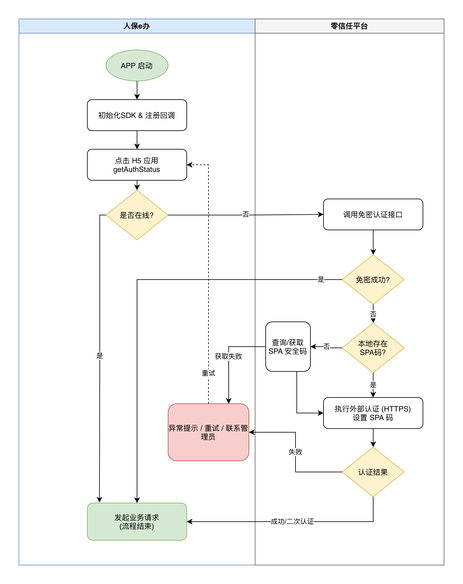
Above: 零信任-4A权限对接结构图.png in skillre/diagrams_P (draw.io), before the change. Source tidied: cells renumbered, new cells last; positions are measured from the earlier drawing's top-left corner, leaving out a move shared by most shapes.
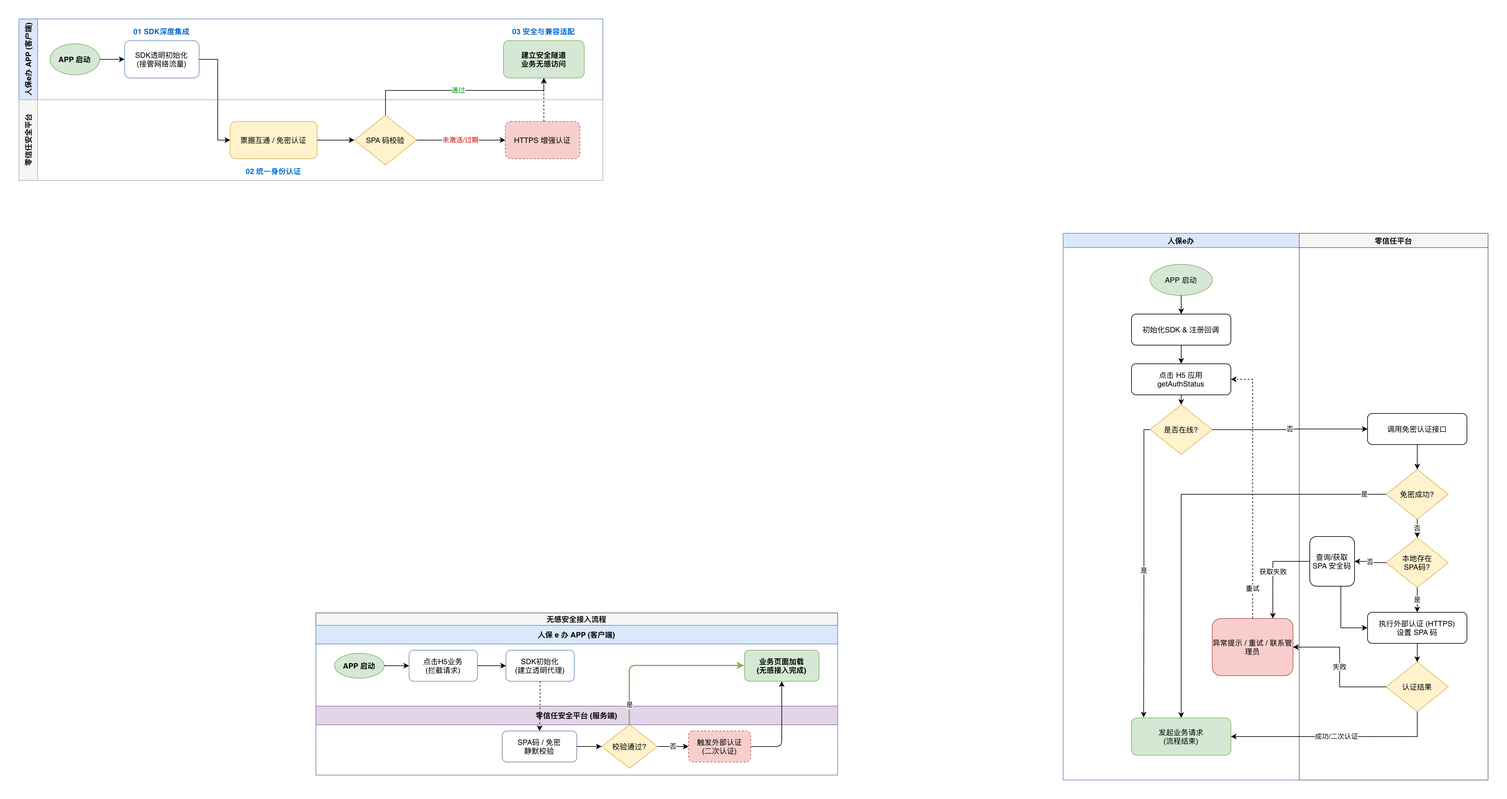
The same diagram one commit later.

Commit message:
更新零信任-4A权限对接结构图.png

The edit, as a diff of the source:
```diff
@@ -108,5 +108,132 @@
         </Array>
       </mxGeometry>
     </mxCell>
+    <mxCell id="32" style="group;" parent="1" vertex="1">
+      <mxGeometry x="-1681" y="-345" width="880" height="260" as="geometry" />
+    </mxCell>
+    <mxCell id="33" value="人保e办 APP (客户端)" style="swimlane;horizontal=0;whiteSpace=wrap;html=1;startSize=30;fillColor=#dae8fc;strokeColor=#6c8ebf;fontStyle=1;rounded=0;" parent="32" vertex="1">
+      <mxGeometry width="940" height="130" as="geometry" />
+    </mxCell>
+    <mxCell id="34" value="APP 启动" style="ellipse;whiteSpace=wrap;html=1;fillColor=#d5e8d4;strokeColor=#82b366;fontStyle=1;" parent="33" vertex="1">
+      <mxGeometry x="50" y="40" width="80" height="50" as="geometry" />
+    </mxCell>
+    <mxCell id="35" value="SDK透明初始化&#10;(接管网络流量)" style="rounded=1;whiteSpace=wrap;html=1;fillColor=#ffffff;strokeColor=#6c8ebf;" parent="33" vertex="1">
+      <mxGeometry x="170" y="35" width="120" height="60" as="geometry" />
+    </mxCell>
+    <mxCell id="36" value="建立安全隧道&#10;业务无感访问" style="rounded=1;whiteSpace=wrap;html=1;fillColor=#d5e8d4;strokeColor=#82b366;fontStyle=1;" parent="33" vertex="1">
+      <mxGeometry x="780" y="35" width="130" height="60" as="geometry" />
+    </mxCell>
+    <mxCell id="37" style="edgeStyle=orthogonalEdgeStyle;rounded=0;html=1;" parent="33" edge="1" source="34" target="35">
+      <mxGeometry relative="1" as="geometry" />
+    </mxCell>
+    <mxCell id="38" value="零信任安全平台" style="swimlane;horizontal=0;whiteSpace=wrap;html=1;startSize=30;fillColor=#f5f5f5;strokeColor=#b3b3b3;fontStyle=1;rounded=0;" parent="32" vertex="1">
+      <mxGeometry y="130" width="940" height="130" as="geometry" />
+    </mxCell>
+    <mxCell id="39" value="票据互通 / 免密认证" style="rounded=1;whiteSpace=wrap;html=1;fillColor=#fff2cc;strokeColor=#d6b656;" parent="38" vertex="1">
+      <mxGeometry x="340" y="35" width="140" height="60" as="geometry" />
+    </mxCell>
+    <mxCell id="40" value="SPA 码校验" style="rhombus;whiteSpace=wrap;html=1;fillColor=#fff2cc;strokeColor=#d6b656;" parent="38" vertex="1">
+      <mxGeometry x="540" y="25" width="100" height="80" as="geometry" />
+    </mxCell>
+    <mxCell id="41" value="HTTPS 增强认证" style="rounded=1;whiteSpace=wrap;html=1;fillColor=#f8cecc;strokeColor=#b85450;dashed=1;" parent="38" vertex="1">
+      <mxGeometry x="783" y="35" width="120" height="60" as="geometry" />
+    </mxCell>
+    <mxCell id="42" style="edgeStyle=orthogonalEdgeStyle;rounded=0;html=1;" parent="38" edge="1" source="39" target="40">
+      <mxGeometry relative="1" as="geometry" />
+    </mxCell>
+    <mxCell id="43" value="未激活/过期" style="edgeStyle=orthogonalEdgeStyle;rounded=0;html=1;fontColor=#CC0000;" parent="38" edge="1" source="40" target="41">
+      <mxGeometry relative="1" as="geometry" />
+    </mxCell>
+    <mxCell id="44" style="edgeStyle=orthogonalEdgeStyle;rounded=0;html=1;entryX=0;entryY=0.5;" parent="32" edge="1" source="35" target="39">
+      <mxGeometry relative="1" as="geometry">
+        <Array as="points">
+          <mxPoint x="320" y="65" />
+          <mxPoint x="320" y="195" />
+        </Array>
+      </mxGeometry>
+    </mxCell>
+    <mxCell id="45" value="通过" style="edgeStyle=orthogonalEdgeStyle;rounded=0;html=1;entryX=0.5;entryY=1;fontColor=#009900;" parent="32" edge="1" source="40" target="36">
+      <mxGeometry relative="1" as="geometry">
+        <Array as="points">
+          <mxPoint x="590" y="115" />
+          <mxPoint x="845" y="115" />
+        </Array>
+      </mxGeometry>
+    </mxCell>
+    <mxCell id="46" style="edgeStyle=orthogonalEdgeStyle;rounded=0;html=1;entryX=0.5;entryY=1;dashed=1;" parent="32" edge="1" source="41" target="36">
+      <mxGeometry relative="1" as="geometry">
+        <Array as="points">
+          <mxPoint x="845" y="165" />
+        </Array>
+      </mxGeometry>
+    </mxCell>
+    <mxCell id="47" value="01 SDK深度集成" style="text;html=1;strokeColor=none;fillColor=none;align=center;verticalAlign=middle;whiteSpace=wrap;rounded=0;fontColor=#0066CC;fontStyle=1;" parent="32" vertex="1">
+      <mxGeometry x="170" y="10" width="120" height="20" as="geometry" />
+    </mxCell>
+    <mxCell id="48" value="02 统一身份认证" style="text;html=1;strokeColor=none;fillColor=none;align=center;verticalAlign=middle;whiteSpace=wrap;rounded=0;fontColor=#0066CC;fontStyle=1;" parent="32" vertex="1">
+      <mxGeometry x="350" y="235" width="120" height="20" as="geometry" />
+    </mxCell>
+    <mxCell id="49" value="03 安全与兼容适配" style="text;html=1;strokeColor=none;fillColor=none;align=center;verticalAlign=middle;whiteSpace=wrap;rounded=0;fontColor=#0066CC;fontStyle=1;" parent="32" vertex="1">
+      <mxGeometry x="785" y="10" width="120" height="20" as="geometry" />
+    </mxCell>
+    <mxCell id="50" value="无感安全接入流程" style="swimlane;startSize=20;horizontal=1;html=1;whiteSpace=wrap;fillColor=#f5f5f5;strokeColor=#666666;fontStyle=1;" parent="1" vertex="1">
+      <mxGeometry x="-1203" y="611" width="840" height="261" as="geometry" />
+    </mxCell>
+    <mxCell id="51" value="人保 e 办 APP (客户端)" style="swimlane;startSize=30;html=1;whiteSpace=wrap;fillColor=#dae8fc;strokeColor=#6c8ebf;" parent="50" vertex="1">
+      <mxGeometry y="20" width="840" height="130" as="geometry" />
+    </mxCell>
+    <mxCell id="52" value="APP 启动" style="ellipse;whiteSpace=wrap;html=1;fillColor=#d5e8d4;strokeColor=#82b366;fontStyle=1;" parent="51" vertex="1">
+      <mxGeometry x="30" y="45" width="80" height="40" as="geometry" />
+    </mxCell>
+    <mxCell id="53" value="&lt;div&gt;点击H5业务&lt;/div&gt;&lt;div&gt;(拦截请求)&lt;/div&gt;" style="rounded=1;whiteSpace=wrap;html=1;fillColor=#ffffff;strokeColor=#6c8ebf;" parent="51" vertex="1">
+      <mxGeometry x="150" y="40" width="110" height="50" as="geometry" />
+    </mxCell>
+    <mxCell id="54" value="&lt;div&gt;SDK初始化&lt;/div&gt;&lt;div&gt;(建立透明代理)&lt;/div&gt;" style="rounded=1;whiteSpace=wrap;html=1;fillColor=#ffffff;strokeColor=#6c8ebf;" parent="51" vertex="1">
+      <mxGeometry x="306" y="40" width="110" height="50" as="geometry" />
+    </mxCell>
+    <mxCell id="55" value="业务页面加载&#10;(无感接入完成)" style="rounded=1;whiteSpace=wrap;html=1;fillColor=#d5e8d4;strokeColor=#82b366;fontStyle=1;" parent="51" vertex="1">
+      <mxGeometry x="690" y="40" width="120" height="50" as="geometry" />
+    </mxCell>
+    <mxCell id="56" style="edgeStyle=orthogonalEdgeStyle;rounded=1;html=1;" parent="51" edge="1" source="52" target="53">
+      <mxGeometry relative="1" as="geometry" />
+    </mxCell>
+    <mxCell id="57" style="edgeStyle=orthogonalEdgeStyle;rounded=1;html=1;" parent="51" edge="1" source="53" target="54">
+      <mxGeometry relative="1" as="geometry" />
+    </mxCell>
+    <mxCell id="58" value="零信任安全平台 (服务端)" style="swimlane;startSize=30;html=1;whiteSpace=wrap;fillColor=#e1d5e7;strokeColor=#9673a6;" parent="50" vertex="1">
+      <mxGeometry y="150" width="840" height="111" as="geometry" />
+    </mxCell>
+    <mxCell id="59" value="SPA码 / 免密&#10;静默校验" style="rounded=1;whiteSpace=wrap;html=1;fillColor=#ffffff;strokeColor=#9673a6;" parent="58" vertex="1">
+      <mxGeometry x="300" y="40" width="120" height="50" as="geometry" />
+    </mxCell>
+    <mxCell id="60" value="校验通过?" style="rhombus;whiteSpace=wrap;html=1;fillColor=#fff2cc;strokeColor=#d6b656;" parent="58" vertex="1">
+      <mxGeometry x="460" y="30" width="90" height="70" as="geometry" />
+    </mxCell>
+    <mxCell id="61" value="触发外部认证&#10;(二次认证)" style="rounded=1;whiteSpace=wrap;html=1;fillColor=#f8cecc;strokeColor=#b85450;dashed=1;" parent="58" vertex="1">
+      <mxGeometry x="600" y="40" width="100" height="50" as="geometry" />
+    </mxCell>
+    <mxCell id="62" style="edgeStyle=orthogonalEdgeStyle;rounded=1;html=1;" parent="58" edge="1" source="59" target="60">
+      <mxGeometry relative="1" as="geometry" />
+    </mxCell>
+    <mxCell id="63" value="否" style="edgeStyle=orthogonalEdgeStyle;rounded=1;html=1;" parent="58" edge="1" source="60" target="61">
+      <mxGeometry relative="1" as="geometry" />
+    </mxCell>
+    <mxCell id="64" style="edgeStyle=orthogonalEdgeStyle;rounded=1;html=1;dashed=1;" parent="50" edge="1" source="54" target="59">
+      <mxGeometry relative="1" as="geometry" />
+    </mxCell>
+    <mxCell id="65" value="是" style="edgeStyle=orthogonalEdgeStyle;rounded=1;html=1;strokeWidth=2;fillColor=#d5e8d4;strokeColor=#82b366;" parent="50" edge="1" source="60" target="55">
+      <mxGeometry x="-0.77" relative="1" as="geometry">
+        <Array as="points">
+          <mxPoint x="505" y="85" />
+        </Array>
+      </mxGeometry>
+    </mxCell>
+    <mxCell id="66" style="edgeStyle=orthogonalEdgeStyle;rounded=1;html=1;entryX=0.5;entryY=1;entryDx=0;entryDy=0;" parent="50" edge="1" source="61" target="55">
+      <mxGeometry relative="1" as="geometry">
+        <Array as="points">
+          <mxPoint x="750" y="215" />
+        </Array>
+      </mxGeometry>
+    </mxCell>
   </root>
 </mxGraphModel>
```
